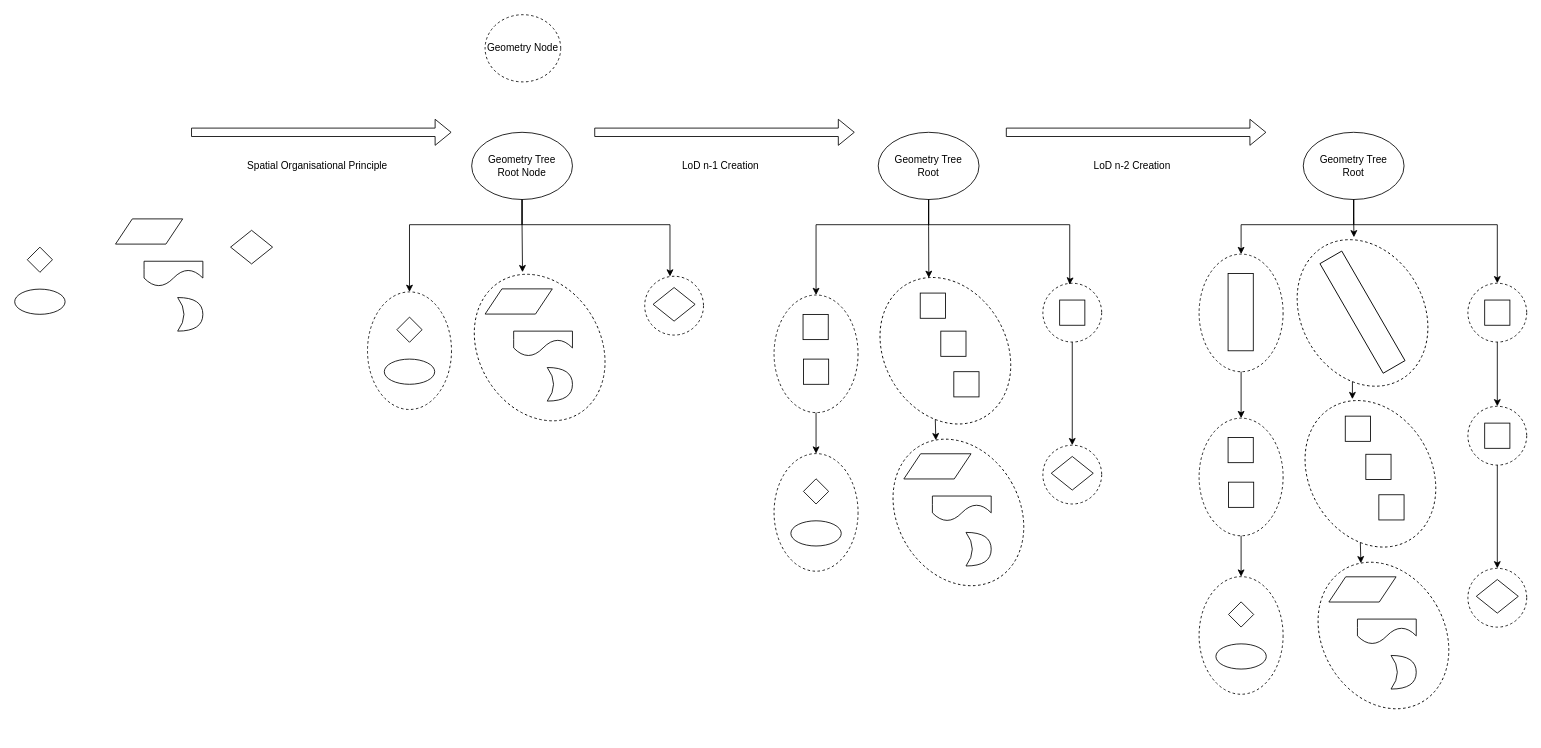
Above: docs/Doc/UML/activity_generic_example.drawio in VCityTeam/py3dtilers (draw.io), before the change. Source tidied: cells renumbered, new cells numbered last; positions are measured from the earlier drawing's top-left corner, leaving out a move shared by most shapes. Both pictures are drawn from the tidied source at 84%, with x=0, y=0 at pixel (14, 14).
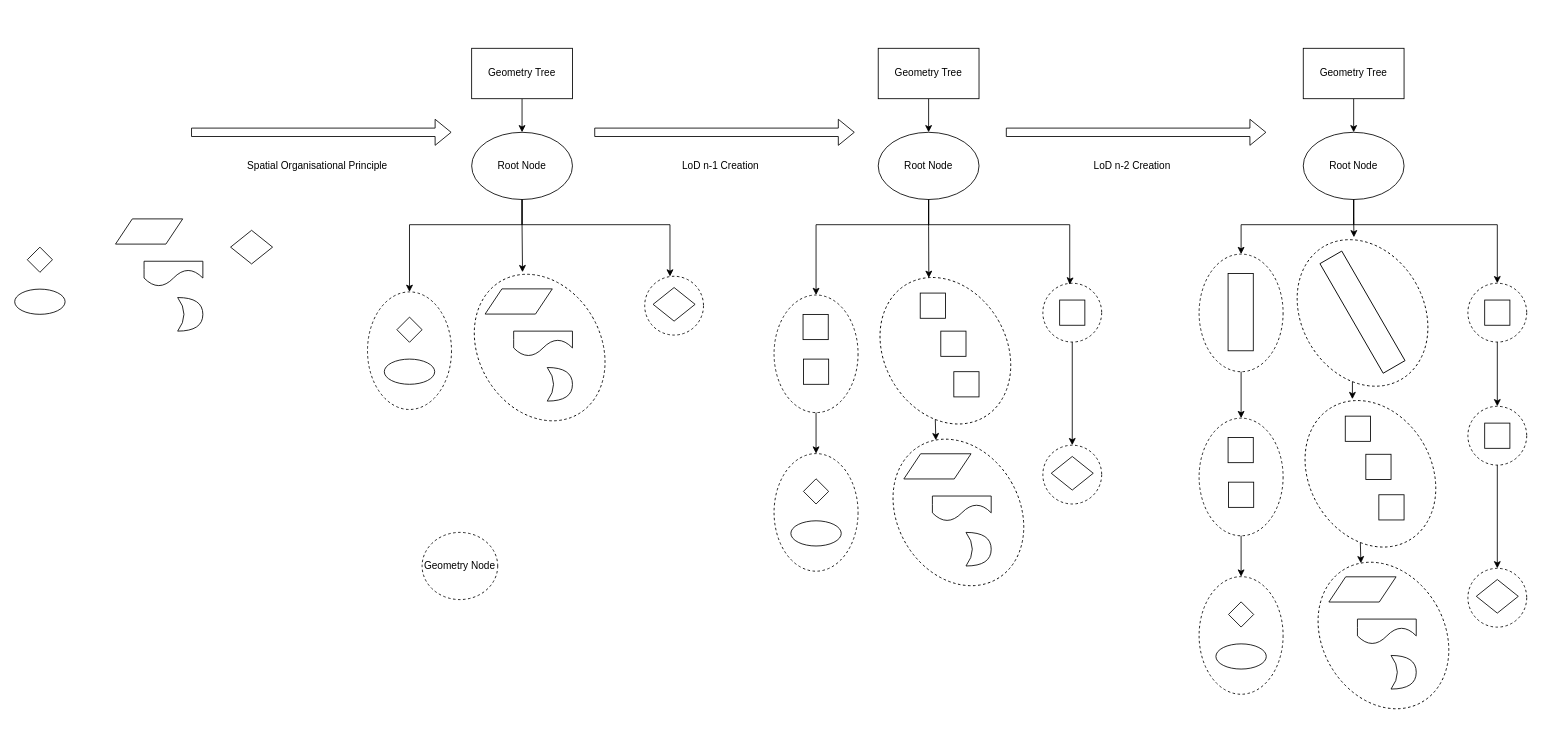
After the change.

Change to the diagram source:
```diff
@@
-    <mxCell id="14" value="Geometry Tree&lt;br&gt;Root Node" style="ellipse;whiteSpace=wrap;html=1;fillColor=none;" parent="1" vertex="1">
+    <mxCell id="14" value="Root Node" style="ellipse;whiteSpace=wrap;html=1;fillColor=none;" parent="1" vertex="1">
       <mxGeometry x="544" y="140" width="120" height="80" as="geometry" />
     </mxCell>
@@
-    <mxCell id="18" value="Geometry Tree&lt;br&gt;Root" style="ellipse;whiteSpace=wrap;html=1;fillColor=none;" parent="1" vertex="1">
+    <mxCell id="18" value="Root Node" style="ellipse;whiteSpace=wrap;html=1;fillColor=none;" parent="1" vertex="1">
       <mxGeometry x="1028" y="140" width="120" height="80" as="geometry" />
     </mxCell>
@@
     <mxCell id="23" value="Geometry Node" style="ellipse;whiteSpace=wrap;html=1;fillColor=none;dashed=1;" parent="1" vertex="1">
-      <mxGeometry x="560" width="90" height="80" as="geometry" />
+      <mxGeometry x="485" y="616.3" width="90" height="80" as="geometry" />
     </mxCell>
@@
-    <mxCell id="56" value="Geometry Tree&lt;br&gt;Root" style="ellipse;whiteSpace=wrap;html=1;fillColor=none;" parent="1" vertex="1">
+    <mxCell id="56" value="Root Node" style="ellipse;whiteSpace=wrap;html=1;fillColor=none;" parent="1" vertex="1">
       <mxGeometry x="1534" y="140" width="120" height="80" as="geometry" />
     </mxCell>
@@
+    <mxCell id="87" style="edgeStyle=orthogonalEdgeStyle;rounded=0;jettySize=auto;html=1;exitX=0.5;exitY=1;exitDx=0;exitDy=0;entryX=0.5;entryY=0;entryDx=0;entryDy=0;" parent="1" edge="1" source="88" target="14">
+      <mxGeometry relative="1" as="geometry" />
+    </mxCell>
+    <mxCell id="88" value="Geometry Tree" style="rounded=0;whiteSpace=wrap;html=1;" parent="1" vertex="1">
+      <mxGeometry x="544" y="40" width="120" height="60" as="geometry" />
+    </mxCell>
+    <mxCell id="89" style="edgeStyle=orthogonalEdgeStyle;rounded=0;jettySize=auto;html=1;exitX=0.5;exitY=1;exitDx=0;exitDy=0;entryX=0.5;entryY=0;entryDx=0;entryDy=0;" parent="1" edge="1" source="90" target="18">
+      <mxGeometry relative="1" as="geometry" />
+    </mxCell>
+    <mxCell id="90" value="Geometry Tree" style="rounded=0;whiteSpace=wrap;html=1;" parent="1" vertex="1">
+      <mxGeometry x="1028" y="40" width="120" height="60" as="geometry" />
+    </mxCell>
+    <mxCell id="91" style="edgeStyle=orthogonalEdgeStyle;rounded=0;jettySize=auto;html=1;entryX=0.5;entryY=0;entryDx=0;entryDy=0;" parent="1" edge="1" source="92" target="56">
+      <mxGeometry relative="1" as="geometry" />
+    </mxCell>
+    <mxCell id="92" value="Geometry Tree" style="rounded=0;whiteSpace=wrap;html=1;" parent="1" vertex="1">
+      <mxGeometry x="1534" y="40" width="120" height="60" as="geometry" />
+    </mxCell>
```
